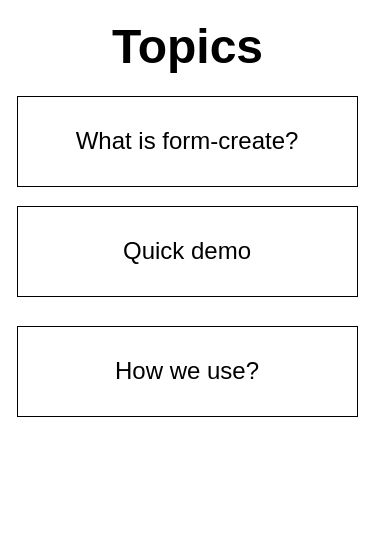
Before: page "Topics" (1 of 5) of formcreate.drawio in dellexquan/form-create-sharing, a draw.io diagram. Source tidied: cells renumbered, new cells numbered last; positions are measured from the earlier drawing's top-left corner, leaving out a move shared by most shapes. Both pictures are drawn from the tidied source at 100%, with x=0, y=0 at pixel (17, 26).
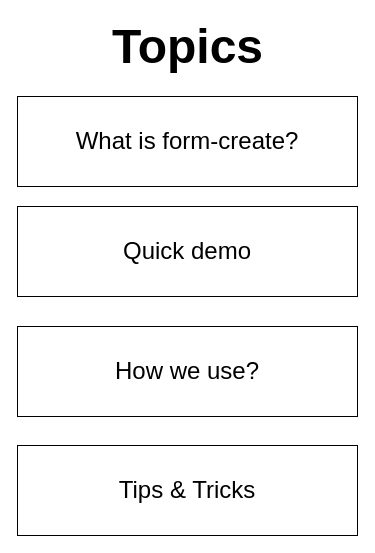
The same diagram, later.

Change to the diagram source:
```diff
@@
 <mxGraphModel>
   <root>
     <mxCell id="0" />
     <mxCell id="1" parent="0" />
     <mxCell id="2" value="&lt;font style=&quot;font-size: 24px&quot;&gt;What is form-create?&lt;/font&gt;" style="rounded=0;whiteSpace=wrap;html=1;flipV=0;flipH=0;" parent="1" vertex="1">
       <mxGeometry y="70" width="340" height="90" as="geometry" />
     </mxCell>
     <mxCell id="3" value="&lt;font style=&quot;font-size: 24px&quot;&gt;Quick demo&lt;/font&gt;" style="rounded=0;whiteSpace=wrap;html=1;flipV=0;flipH=0;" parent="1" vertex="1">
       <mxGeometry y="180" width="340" height="90" as="geometry" />
     </mxCell>
     <mxCell id="4" value="&lt;font style=&quot;font-size: 24px&quot;&gt;How we use?&lt;/font&gt;" style="rounded=0;whiteSpace=wrap;html=1;flipV=0;flipH=0;" parent="1" vertex="1">
       <mxGeometry y="300" width="340" height="90" as="geometry" />
     </mxCell>
     <mxCell id="5" value="&lt;font style=&quot;font-size: 48px&quot;&gt;Topics&lt;/font&gt;" style="text;strokeColor=none;fillColor=none;html=1;fontSize=24;fontStyle=1;verticalAlign=middle;align=center;flipV=0;flipH=0;" parent="1" vertex="1">
       <mxGeometry x="120" width="100" height="40" as="geometry" />
     </mxCell>
+    <mxCell id="6" value="&lt;span style=&quot;font-size: 24px&quot;&gt;Tips &amp;amp; Tricks&lt;/span&gt;" style="rounded=0;whiteSpace=wrap;html=1;flipV=0;flipH=0;" parent="1" vertex="1">
+      <mxGeometry y="419" width="340" height="90" as="geometry" />
+    </mxCell>
   </root>
 </mxGraphModel>
```
